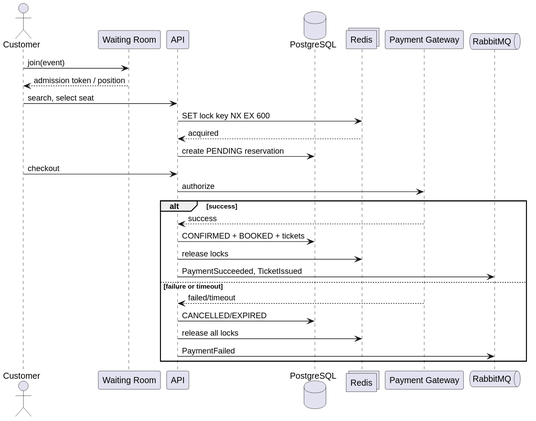
Hessam-Hosseinian/event-ticketing-platform keeps this PlantUML diagram as docs/diagrams/export/booking-sequence.svg. Above is the earlier version.
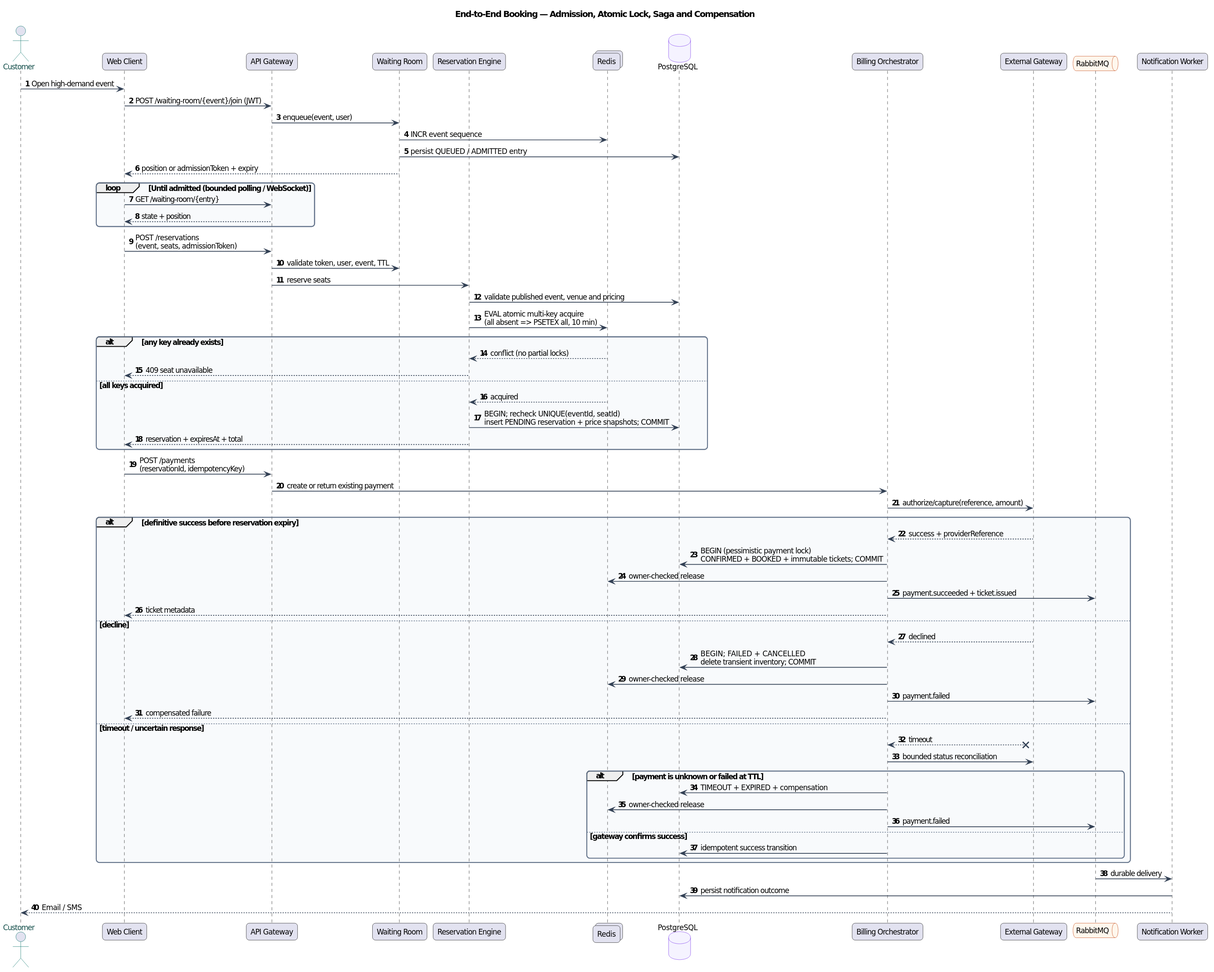
Above is the later version.

The edit, as a diff of the source:
```diff
@@ -1,28 +1,68 @@
 @startuml
+!include theme.iuml
+title End-to-End Booking — Admission, Atomic Lock, Saga and Compensation
+autonumber
 actor Customer
-participant "Waiting Room" as W
-participant API
-database PostgreSQL as DB
-collections Redis
-participant "Payment Gateway" as PG
-queue RabbitMQ
-Customer -> W: join(event)
-W --> Customer: admission token / position
-Customer -> API: search, select seat
-API -> Redis: SET lock key NX EX 600
-Redis --> API: acquired
-API -> DB: create PENDING reservation
-Customer -> API: checkout
-API -> PG: authorize
-alt success
- PG --> API: success
- API -> DB: CONFIRMED + BOOKED + tickets
- API -> Redis: release locks
- API -> RabbitMQ: PaymentSucceeded, TicketIssued
-else failure or timeout
- PG --> API: failed/timeout
- API -> DB: CANCELLED/EXPIRED
- API -> Redis: release all locks
- API -> RabbitMQ: PaymentFailed
+participant "Web Client" as Web
+participant "API Gateway" as API
+participant "Waiting Room" as Waiting
+participant "Reservation Engine" as Reservation
+collections "Redis" as Redis
+database "PostgreSQL" as DB
+participant "Billing Orchestrator" as Billing
+participant "External Gateway" as Gateway
+queue "RabbitMQ" as MQ
+participant "Notification Worker" as Worker
+Customer -> Web: Open high-demand event
+Web -> API: POST /waiting-room/{event}/join (JWT)
+API -> Waiting: enqueue(event, user)
+Waiting -> Redis: INCR event sequence
+Waiting -> DB: persist QUEUED / ADMITTED entry
+Waiting --> Web: position or admissionToken + expiry
+loop Until admitted (bounded polling / WebSocket)
+  Web -> API: GET /waiting-room/{entry}
+  API --> Web: state + position
 end
+Web -> API: POST /reservations\n(event, seats, admissionToken)
+API -> Waiting: validate token, user, event, TTL
+API -> Reservation: reserve seats
+Reservation -> DB: validate published event, venue and pricing
+Reservation -> Redis: EVAL atomic multi-key acquire\n(all absent => PSETEX all, 10 min)
+alt any key already exists
+  Redis --> Reservation: conflict (no partial locks)
+  Reservation --> Web: 409 seat unavailable
+else all keys acquired
+  Redis --> Reservation: acquired
+  Reservation -> DB: BEGIN; recheck UNIQUE(eventId, seatId)\ninsert PENDING reservation + price snapshots; COMMIT
+  Reservation --> Web: reservation + expiresAt + total
+end
+Web -> API: POST /payments\n(reservationId, idempotencyKey)
+API -> Billing: create or return existing payment
+Billing -> Gateway: authorize/capture(reference, amount)
+alt definitive success before reservation expiry
+  Gateway --> Billing: success + providerReference
+  Billing -> DB: BEGIN (pessimistic payment lock)\nCONFIRMED + BOOKED + immutable tickets; COMMIT
+  Billing -> Redis: owner-checked release
+  Billing -> MQ: payment.succeeded + ticket.issued
+  Billing --> Web: ticket metadata
+else decline
+  Gateway --> Billing: declined
+  Billing -> DB: BEGIN; FAILED + CANCELLED\ndelete transient inventory; COMMIT
+  Billing -> Redis: owner-checked release
+  Billing -> MQ: payment.failed
+  Billing --> Web: compensated failure
+else timeout / uncertain response
+  Gateway x-- Billing: timeout
+  Billing -> Gateway: bounded status reconciliation
+  alt payment is unknown or failed at TTL
+    Billing -> DB: TIMEOUT + EXPIRED + compensation
+    Billing -> Redis: owner-checked release
+    Billing -> MQ: payment.failed
+  else gateway confirms success
+    Billing -> DB: idempotent success transition
+  end
+end
+MQ -> Worker: durable delivery
+Worker -> DB: persist notification outcome
+Worker --> Customer: Email / SMS
 @enduml
```
